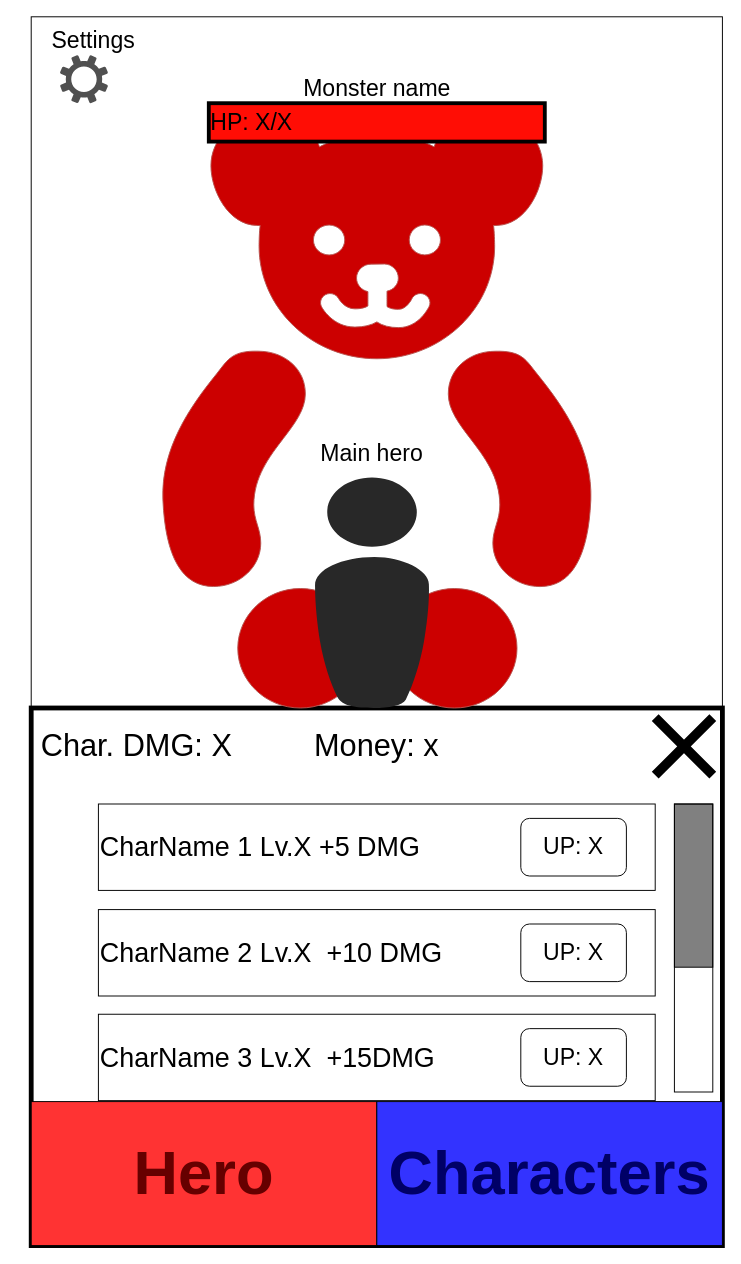
Above: Documentation/Char.drawio in mat414748/MobileProject (draw.io), before the change. Source tidied: cells renumbered, new cells numbered last; positions are measured from the earlier drawing's top-left corner, leaving out a move shared by most shapes. Both pictures are drawn from the tidied source at 96%, with x=0, y=0 at pixel (16, 16).
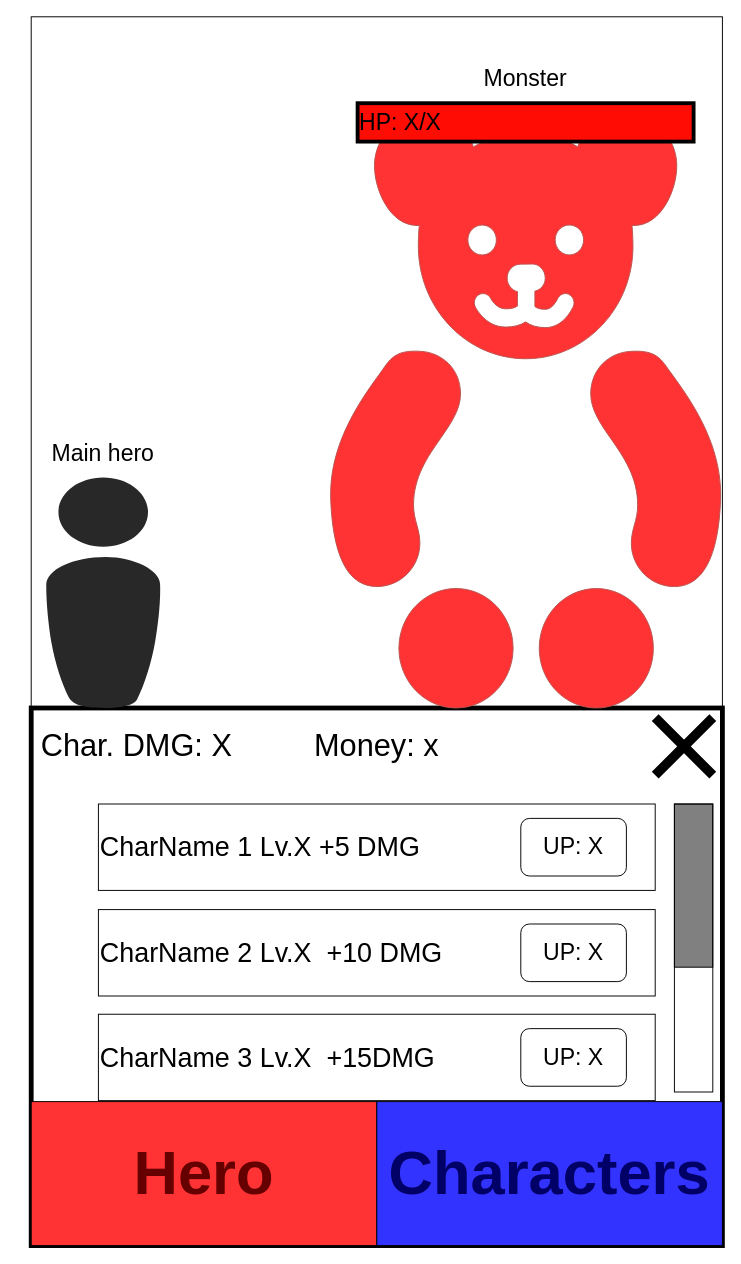
After the change.

The edit, as a diff of the source:
```diff
@@
-    <mxCell id="6" style="sketch=0;shadow=0;dashed=0;html=1;strokeColor=none;labelPosition=center;verticalLabelPosition=bottom;verticalAlign=top;align=center;fillColor=#505050;shape=mxgraph.mscae.enterprise.settings;" parent="1" vertex="1">
-      <mxGeometry x="45" y="40" width="50" height="50" as="geometry" />
-    </mxCell>
-    <mxCell id="7" value="Settings" style="text;html=1;strokeColor=none;fillColor=none;align=center;verticalAlign=middle;whiteSpace=wrap;rounded=0;fontSize=24;" parent="1" vertex="1">
-      <mxGeometry x="15" y="10" width="130" height="30" as="geometry" />
-    </mxCell>
@@
-    <mxCell id="19" value="Monster name" style="text;html=1;strokeColor=none;fillColor=none;align=center;verticalAlign=middle;whiteSpace=wrap;rounded=0;fontSize=24;" parent="1" vertex="1">
-      <mxGeometry x="292.5" y="60" width="165" height="30" as="geometry" />
-    </mxCell>
-    <mxCell id="20" style="shape=mxgraph.signs.animals.teddy_bear;html=1;fillColor=#CC0000;strokeColor=#b85450;verticalLabelPosition=bottom;verticalAlign=top;align=center;" parent="1" vertex="1">
-      <mxGeometry x="150" y="100" width="450" height="620" as="geometry" />
-    </mxCell>
-    <mxCell id="21" value="HP: X/X" style="rounded=0;whiteSpace=wrap;html=1;fillColor=#FF0D05;strokeWidth=4;fontSize=24;align=left;" parent="1" vertex="1">
-      <mxGeometry x="200" y="90" width="350" height="40" as="geometry" />
-    </mxCell>
-    <mxCell id="22" style="group;" parent="1" vertex="1">
-      <mxGeometry x="305" y="440" width="130" height="280" as="geometry" />
-    </mxCell>
+    <mxCell id="25" style="group;" parent="1" vertex="1">
+      <mxGeometry x="25" y="440" width="130" height="280" as="geometry" />
+    </mxCell>
-    <mxCell id="23" style="verticalLabelPosition=bottom;sketch=0;html=1;fillColor=#282828;strokeColor=none;verticalAlign=top;align=center;shape=mxgraph.cisco_safe.people_places_things_icons.icon8;" parent="22" vertex="1">
+    <mxCell id="23" style="verticalLabelPosition=bottom;sketch=0;html=1;fillColor=#282828;strokeColor=none;verticalAlign=top;align=center;shape=mxgraph.cisco_safe.people_places_things_icons.icon8;" parent="25" vertex="1">
       <mxGeometry x="5" y="40" width="120" height="240" as="geometry" />
     </mxCell>
-    <mxCell id="24" value="Main hero" style="text;html=1;strokeColor=none;fillColor=none;align=center;verticalAlign=middle;whiteSpace=wrap;rounded=0;fontSize=24;" parent="22" vertex="1">
+    <mxCell id="24" value="Main hero" style="text;html=1;strokeColor=none;fillColor=none;align=center;verticalAlign=middle;whiteSpace=wrap;rounded=0;fontSize=24;" parent="25" vertex="1">
       <mxGeometry width="130" height="30" as="geometry" />
     </mxCell>
+    <mxCell id="26" style="group;" parent="1" vertex="1">
+      <mxGeometry x="325" y="50" width="410" height="670" as="geometry" />
+    </mxCell>
+    <mxCell id="27" value="Monster" style="text;html=1;strokeColor=none;fillColor=none;align=center;verticalAlign=middle;whiteSpace=wrap;rounded=0;fontSize=24;" parent="26" vertex="1">
+      <mxGeometry x="145.8" width="118.4" height="30" as="geometry" />
+    </mxCell>
+    <mxCell id="28" style="group;" parent="26" vertex="1">
+      <mxGeometry y="40" width="410" height="630" as="geometry" />
+    </mxCell>
+    <mxCell id="29" style="shape=mxgraph.signs.animals.teddy_bear;html=1;fillColor=#FF3333;strokeColor=#b85450;verticalLabelPosition=bottom;verticalAlign=top;align=center;" parent="28" vertex="1">
+      <mxGeometry y="10" width="410" height="620" as="geometry" />
+    </mxCell>
+    <mxCell id="21" value="HP: X/X" style="rounded=0;whiteSpace=wrap;html=1;fillColor=#FF0D05;strokeWidth=4;fontSize=24;align=left;" parent="28" vertex="1">
+      <mxGeometry x="30" width="350" height="40" as="geometry" />
+    </mxCell>
```
